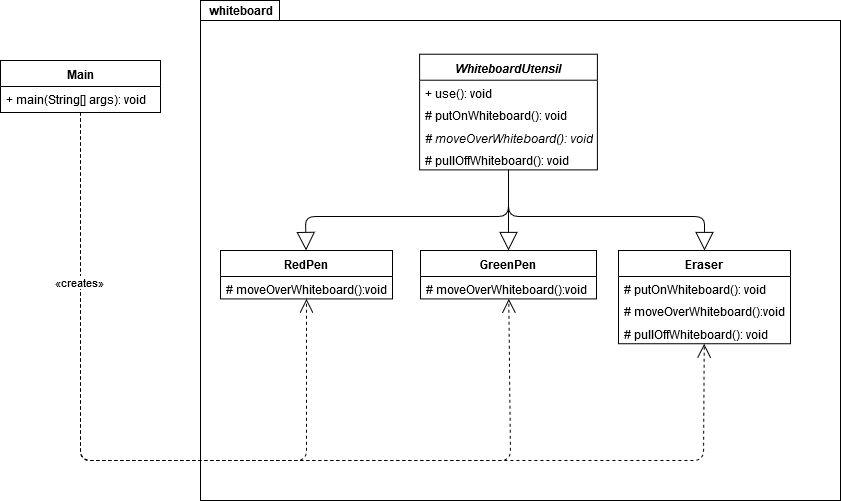
This is TemplateMethodDesignPattern/ClassDiagram.png from Daniel-I-Am/design-patterns-java, a draw.io export, as it was before one commit. Source tidied: cells renumbered, new cells last; positions are measured from the earlier drawing's top-left corner, leaving out a move shared by most shapes.
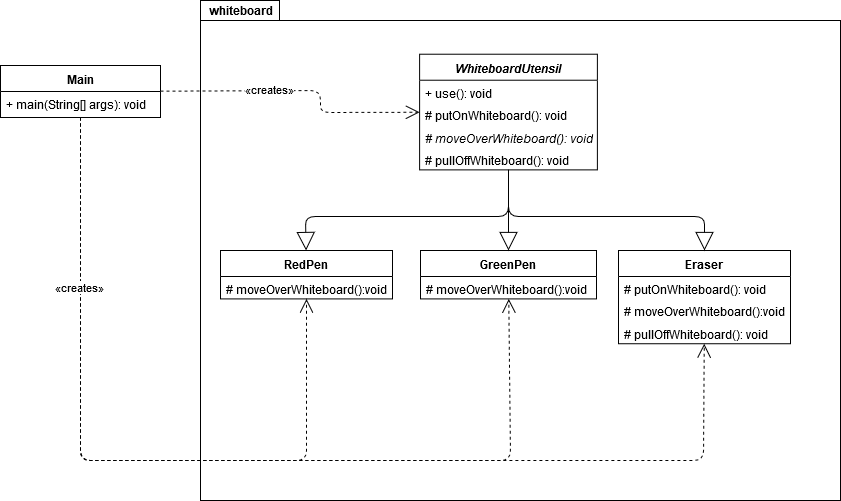
After the change.

Commit message:
Update Template Method UML

What changed in the source:
```diff
@@ -70,7 +70,7 @@
       </mxGeometry>
     </mxCell>
     <mxCell id="21" value="Main" style="swimlane;fontStyle=1;align=center;verticalAlign=top;horizontal=1;startSize=26;" parent="1" vertex="1">
-      <mxGeometry y="60" width="160" height="52" as="geometry" />
+      <mxGeometry y="65" width="160" height="52" as="geometry" />
     </mxCell>
     <mxCell id="22" value="+ main(String[] args): void" style="text;strokeColor=none;fillColor=none;align=left;verticalAlign=top;spacingLeft=4;spacingRight=4;overflow=hidden;" parent="21" vertex="1">
       <mxGeometry y="26" width="160" height="26" as="geometry" />
@@ -99,5 +99,13 @@
         </Array>
       </mxGeometry>
     </mxCell>
+    <mxCell id="26" value="«creates»" style="endArrow=open;endSize=12;dashed=1;html=1;" parent="1" edge="1" source="21" target="5">
+      <mxGeometry x="-0.22" relative="1" as="geometry">
+        <Array as="points">
+          <mxPoint x="320" y="90" />
+          <mxPoint x="320" y="112" />
+        </Array>
+      </mxGeometry>
+    </mxCell>
   </root>
 </mxGraphModel>
```
